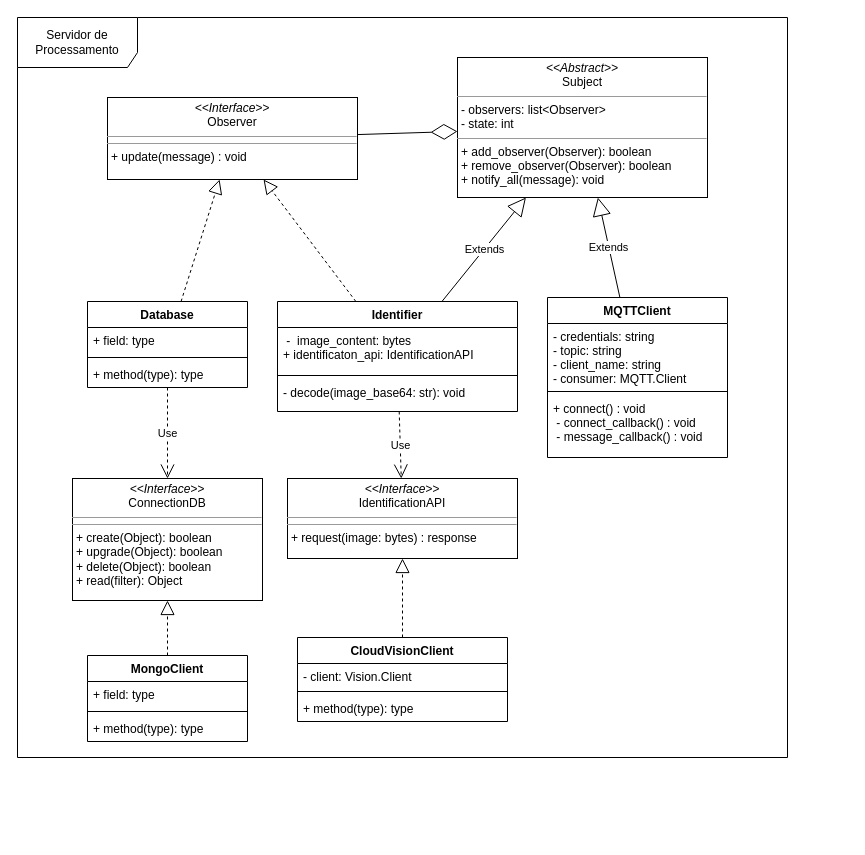
This is schemas/processing-server-class-diagram.drawio from Smart-AniMon/docs, a draw.io file, before an edit. Source tidied: cells renumbered, new cells numbered last; positions are measured from the earlier drawing's top-left corner, leaving out a move shared by most shapes. Both pictures are drawn from the tidied source at 100%, with x=0, y=0 at pixel (17, 17).
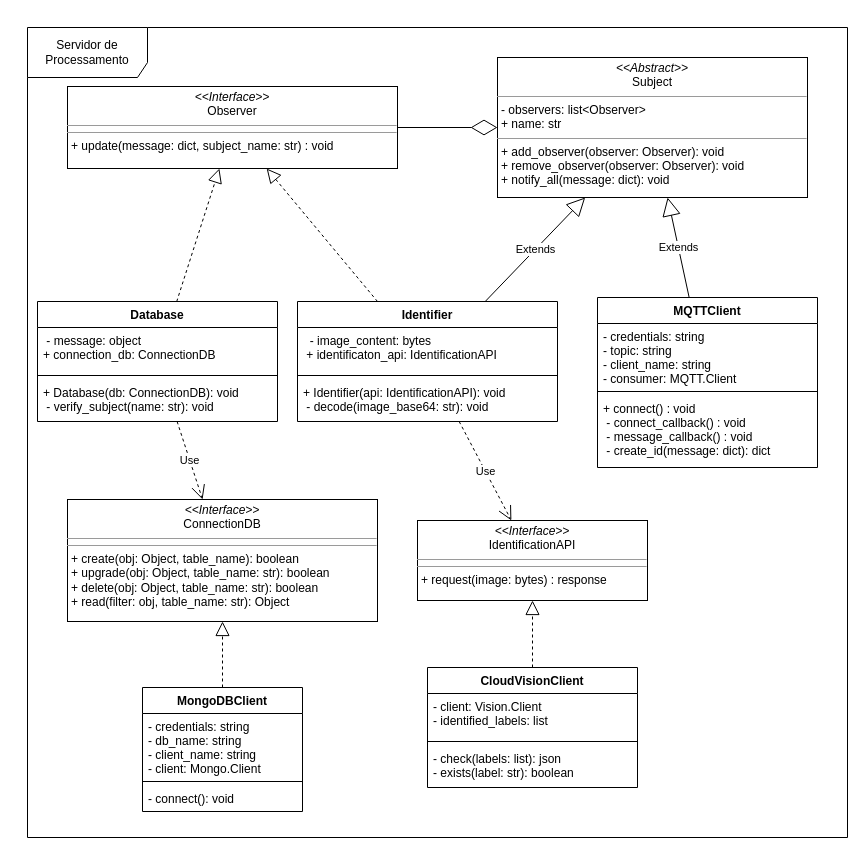
The same diagram, later.

Change to the diagram source:
```diff
@@
     <mxCell id="2" value="Servidor de Processamento" style="shape=umlFrame;whiteSpace=wrap;html=1;width=120;height=50;" parent="1" vertex="1">
-      <mxGeometry width="770" height="740" as="geometry" />
+      <mxGeometry x="10" y="10" width="820" height="810" as="geometry" />
     </mxCell>
     <mxCell id="3" value="MQTTClient" style="swimlane;fontStyle=1;align=center;verticalAlign=top;horizontal=1;startSize=26;" parent="1" vertex="1">
-      <mxGeometry x="530" y="280" width="180" height="160" as="geometry" />
+      <mxGeometry x="580" y="280" width="220" height="170" as="geometry" />
     </mxCell>
     <mxCell id="4" value="- credentials: string&#10;- topic: string&#10;- client_name: string&#10;- consumer: MQTT.Client&#10;&#10;" style="text;strokeColor=none;fillColor=none;align=left;verticalAlign=top;spacingLeft=4;spacingRight=4;overflow=hidden;" parent="3" vertex="1">
-      <mxGeometry y="26" width="180" height="64" as="geometry" />
+      <mxGeometry y="26" width="220" height="64" as="geometry" />
     </mxCell>
     <mxCell id="5" style="line;strokeWidth=1;fillColor=none;align=left;verticalAlign=middle;spacingTop=-1;spacingLeft=3;spacingRight=3;labelPosition=right;" parent="3" vertex="1">
-      <mxGeometry y="90" width="180" height="8" as="geometry" />
+      <mxGeometry y="90" width="220" height="8" as="geometry" />
     </mxCell>
-    <mxCell id="6" value="+ connect() : void&#10; - connect_callback() : void&#10; - message_callback() : void      &#10;" style="text;strokeColor=none;fillColor=none;align=left;verticalAlign=top;spacingLeft=4;spacingRight=4;overflow=hidden;" parent="3" vertex="1">
-      <mxGeometry y="98" width="180" height="62" as="geometry" />
+    <mxCell id="6" value="+ connect() : void&#10; - connect_callback() : void&#10; - message_callback() : void&#10; - create_id(message: dict): dict      &#10;&#10;" style="text;strokeColor=none;fillColor=none;align=left;verticalAlign=top;spacingLeft=4;spacingRight=4;overflow=hidden;" parent="3" vertex="1">
+      <mxGeometry y="98" width="220" height="72" as="geometry" />
     </mxCell>
-    <mxCell id="7" value="&lt;p style=&quot;margin: 0px ; margin-top: 4px ; text-align: center&quot;&gt;&lt;i&gt;&amp;lt;&amp;lt;Abstract&amp;gt;&amp;gt;&lt;/i&gt;&lt;br&gt;Subject&lt;/p&gt;&lt;hr size=&quot;1&quot;&gt;&lt;p style=&quot;margin: 0px ; margin-left: 4px&quot;&gt;- observers: list&amp;lt;Observer&amp;gt;&lt;/p&gt;&lt;p style=&quot;margin: 0px ; margin-left: 4px&quot;&gt;- state: int&lt;br&gt;&lt;/p&gt;&lt;hr size=&quot;1&quot;&gt;&lt;p style=&quot;margin: 0px ; margin-left: 4px&quot;&gt;+ add_observer(Observer): boolean&lt;/p&gt;&lt;p style=&quot;margin: 0px ; margin-left: 4px&quot;&gt;+ remove_observer(Observer): boolean&lt;/p&gt;&lt;p style=&quot;margin: 0px ; margin-left: 4px&quot;&gt;+ notify_all(message): void&lt;br&gt;&lt;/p&gt;" style="verticalAlign=top;align=left;overflow=fill;fontSize=12;fontFamily=Helvetica;html=1;" parent="1" vertex="1">
-      <mxGeometry x="440" y="40" width="250" height="140" as="geometry" />
+    <mxCell id="7" value="&lt;p style=&quot;margin: 0px ; margin-top: 4px ; text-align: center&quot;&gt;&lt;i&gt;&amp;lt;&amp;lt;Abstract&amp;gt;&amp;gt;&lt;/i&gt;&lt;br&gt;Subject&lt;/p&gt;&lt;hr size=&quot;1&quot;&gt;&lt;p style=&quot;margin: 0px ; margin-left: 4px&quot;&gt;- observers: list&amp;lt;Observer&amp;gt;&lt;/p&gt;&lt;p style=&quot;margin: 0px ; margin-left: 4px&quot;&gt;+ name: str&lt;br&gt;&lt;/p&gt;&lt;hr size=&quot;1&quot;&gt;&lt;p style=&quot;margin: 0px ; margin-left: 4px&quot;&gt;+ add_observer(observer: Observer): void&lt;/p&gt;&lt;p style=&quot;margin: 0px ; margin-left: 4px&quot;&gt;+ remove_observer(observer: Observer): void&lt;/p&gt;&lt;p style=&quot;margin: 0px ; margin-left: 4px&quot;&gt;+ notify_all(message: dict): void&lt;br&gt;&lt;/p&gt;" style="verticalAlign=top;align=left;overflow=fill;fontSize=12;fontFamily=Helvetica;html=1;" parent="1" vertex="1">
+      <mxGeometry x="480" y="40" width="310" height="140" as="geometry" />
     </mxCell>
-    <mxCell id="8" value="&lt;p style=&quot;margin: 0px ; margin-top: 4px ; text-align: center&quot;&gt;&lt;i&gt;&amp;lt;&amp;lt;Interface&amp;gt;&amp;gt;&lt;/i&gt;&lt;br&gt;Observer&lt;/p&gt;&lt;hr size=&quot;1&quot;&gt;&lt;hr size=&quot;1&quot;&gt;&lt;p style=&quot;margin: 0px ; margin-left: 4px&quot;&gt;+ update(message) : void&lt;br&gt;&lt;/p&gt;" style="verticalAlign=top;align=left;overflow=fill;fontSize=12;fontFamily=Helvetica;html=1;" parent="1" vertex="1">
-      <mxGeometry x="90" y="80" width="250" height="82" as="geometry" />
+    <mxCell id="8" value="&lt;p style=&quot;margin: 0px ; margin-top: 4px ; text-align: center&quot;&gt;&lt;i&gt;&amp;lt;&amp;lt;Interface&amp;gt;&amp;gt;&lt;/i&gt;&lt;br&gt;Observer&lt;/p&gt;&lt;hr size=&quot;1&quot;&gt;&lt;hr size=&quot;1&quot;&gt;&lt;p style=&quot;margin: 0px ; margin-left: 4px&quot;&gt;+ update(message: dict, subject_name: str) : void&lt;br&gt;&lt;/p&gt;" style="verticalAlign=top;align=left;overflow=fill;fontSize=12;fontFamily=Helvetica;html=1;" parent="1" vertex="1">
+      <mxGeometry x="50" y="69" width="330" height="82" as="geometry" />
     </mxCell>
     <mxCell id="9" value="Identifier" style="swimlane;fontStyle=1;align=center;verticalAlign=top;horizontal=1;startSize=26;" parent="1" vertex="1">
-      <mxGeometry x="260" y="284" width="240" height="110" as="geometry" />
+      <mxGeometry x="280" y="284" width="260" height="120" as="geometry" />
     </mxCell>
-    <mxCell id="10" value=" -  image_content: bytes&#10;+ identificaton_api: IdentificationAPI&#10;" style="text;strokeColor=none;fillColor=none;align=left;verticalAlign=top;spacingLeft=4;spacingRight=4;overflow=hidden;" parent="9" vertex="1">
-      <mxGeometry y="26" width="240" height="44" as="geometry" />
+    <mxCell id="10" value="  - image_content: bytes&#10; + identificaton_api: IdentificationAPI&#10;" style="text;strokeColor=none;fillColor=none;align=left;verticalAlign=top;spacingLeft=4;spacingRight=4;overflow=hidden;" parent="9" vertex="1">
+      <mxGeometry y="26" width="260" height="44" as="geometry" />
     </mxCell>
     <mxCell id="11" style="line;strokeWidth=1;fillColor=none;align=left;verticalAlign=middle;spacingTop=-1;spacingLeft=3;spacingRight=3;labelPosition=right;" parent="9" vertex="1">
-      <mxGeometry y="70" width="240" height="8" as="geometry" />
+      <mxGeometry y="70" width="260" height="8" as="geometry" />
     </mxCell>
-    <mxCell id="12" value="- decode(image_base64: str): void" style="text;strokeColor=none;fillColor=none;align=left;verticalAlign=top;spacingLeft=4;spacingRight=4;overflow=hidden;" parent="9" vertex="1">
-      <mxGeometry y="78" width="240" height="32" as="geometry" />
+    <mxCell id="12" value="+ Identifier(api: IdentificationAPI): void&#10; - decode(image_base64: str): void" style="text;strokeColor=none;fillColor=none;align=left;verticalAlign=top;spacingLeft=4;spacingRight=4;overflow=hidden;" parent="9" vertex="1">
+      <mxGeometry y="78" width="260" height="42" as="geometry" />
     </mxCell>
@@
     <mxCell id="14" value="Database" style="swimlane;fontStyle=1;align=center;verticalAlign=top;horizontal=1;startSize=26;" parent="1" vertex="1">
-      <mxGeometry x="70" y="284" width="160" height="86" as="geometry" />
+      <mxGeometry x="20" y="284" width="240" height="120" as="geometry" />
     </mxCell>
-    <mxCell id="15" value="+ field: type" style="text;strokeColor=none;fillColor=none;align=left;verticalAlign=top;spacingLeft=4;spacingRight=4;overflow=hidden;" parent="14" vertex="1">
-      <mxGeometry y="26" width="160" height="26" as="geometry" />
+    <mxCell id="15" value=" - message: object&#10;+ connection_db: ConnectionDB&#10;" style="text;strokeColor=none;fillColor=none;align=left;verticalAlign=top;spacingLeft=4;spacingRight=4;overflow=hidden;" parent="14" vertex="1">
+      <mxGeometry y="26" width="240" height="44" as="geometry" />
     </mxCell>
     <mxCell id="16" style="line;strokeWidth=1;fillColor=none;align=left;verticalAlign=middle;spacingTop=-1;spacingLeft=3;spacingRight=3;labelPosition=right;" parent="14" vertex="1">
-      <mxGeometry y="52" width="160" height="8" as="geometry" />
+      <mxGeometry y="70" width="240" height="8" as="geometry" />
     </mxCell>
-    <mxCell id="17" value="+ method(type): type" style="text;strokeColor=none;fillColor=none;align=left;verticalAlign=top;spacingLeft=4;spacingRight=4;overflow=hidden;" parent="14" vertex="1">
-      <mxGeometry y="60" width="160" height="26" as="geometry" />
+    <mxCell id="17" value="+ Database(db: ConnectionDB): void&#10; - verify_subject(name: str): void" style="text;strokeColor=none;fillColor=none;align=left;verticalAlign=top;spacingLeft=4;spacingRight=4;overflow=hidden;" parent="14" vertex="1">
+      <mxGeometry y="78" width="240" height="42" as="geometry" />
     </mxCell>
@@
-    <mxCell id="21" value="&lt;p style=&quot;margin: 0px ; margin-top: 4px ; text-align: center&quot;&gt;&lt;i&gt;&amp;lt;&amp;lt;Interface&amp;gt;&amp;gt;&lt;/i&gt;&lt;br&gt;ConnectionDB&lt;/p&gt;&lt;hr size=&quot;1&quot;&gt;&lt;hr size=&quot;1&quot;&gt;&lt;p style=&quot;margin: 0px ; margin-left: 4px&quot;&gt;+ create(Object): boolean&lt;br&gt;+ upgrade(Object): boolean&lt;/p&gt;&lt;p style=&quot;margin: 0px ; margin-left: 4px&quot;&gt;+ delete(Object): boolean&lt;/p&gt;&lt;p style=&quot;margin: 0px ; margin-left: 4px&quot;&gt;+ read(filter): Object &lt;br&gt;&lt;/p&gt;" style="verticalAlign=top;align=left;overflow=fill;fontSize=12;fontFamily=Helvetica;html=1;" parent="1" vertex="1">
-      <mxGeometry x="55" y="461" width="190" height="122" as="geometry" />
+    <mxCell id="21" value="&lt;p style=&quot;margin: 0px ; margin-top: 4px ; text-align: center&quot;&gt;&lt;i&gt;&amp;lt;&amp;lt;Interface&amp;gt;&amp;gt;&lt;/i&gt;&lt;br&gt;ConnectionDB&lt;/p&gt;&lt;hr size=&quot;1&quot;&gt;&lt;hr size=&quot;1&quot;&gt;&lt;p style=&quot;margin: 0px ; margin-left: 4px&quot;&gt;+ create(obj: Object, table_name): boolean&lt;br&gt;+ upgrade(obj: Object, table_name: str): boolean&lt;/p&gt;&lt;p style=&quot;margin: 0px ; margin-left: 4px&quot;&gt;+ delete(obj: Object, table_name: str): boolean&lt;/p&gt;&lt;p style=&quot;margin: 0px ; margin-left: 4px&quot;&gt;+ read(filter: obj, table_name: str): Object &lt;br&gt;&lt;/p&gt;" style="verticalAlign=top;align=left;overflow=fill;fontSize=12;fontFamily=Helvetica;html=1;" parent="1" vertex="1">
+      <mxGeometry x="50" y="482" width="310" height="122" as="geometry" />
     </mxCell>
-    <mxCell id="22" value="MongoClient" style="swimlane;fontStyle=1;align=center;verticalAlign=top;horizontal=1;startSize=26;" parent="1" vertex="1">
-      <mxGeometry x="70" y="638" width="160" height="86" as="geometry" />
+    <mxCell id="22" value="MongoDBClient" style="swimlane;fontStyle=1;align=center;verticalAlign=top;horizontal=1;startSize=26;" parent="1" vertex="1">
+      <mxGeometry x="125" y="670" width="160" height="124" as="geometry" />
     </mxCell>
-    <mxCell id="23" value="+ field: type" style="text;strokeColor=none;fillColor=none;align=left;verticalAlign=top;spacingLeft=4;spacingRight=4;overflow=hidden;" parent="22" vertex="1">
-      <mxGeometry y="26" width="160" height="26" as="geometry" />
+    <mxCell id="23" value=" - credentials: string&#10;- db_name: string&#10;- client_name: string&#10;- client: Mongo.Client" style="text;strokeColor=none;fillColor=none;align=left;verticalAlign=top;spacingLeft=4;spacingRight=4;overflow=hidden;" parent="22" vertex="1">
+      <mxGeometry y="26" width="160" height="64" as="geometry" />
     </mxCell>
     <mxCell id="24" style="line;strokeWidth=1;fillColor=none;align=left;verticalAlign=middle;spacingTop=-1;spacingLeft=3;spacingRight=3;labelPosition=right;" parent="22" vertex="1">
-      <mxGeometry y="52" width="160" height="8" as="geometry" />
+      <mxGeometry y="90" width="160" height="8" as="geometry" />
     </mxCell>
-    <mxCell id="25" value="+ method(type): type" style="text;strokeColor=none;fillColor=none;align=left;verticalAlign=top;spacingLeft=4;spacingRight=4;overflow=hidden;" parent="22" vertex="1">
-      <mxGeometry y="60" width="160" height="26" as="geometry" />
+    <mxCell id="25" value="- connect(): void" style="text;strokeColor=none;fillColor=none;align=left;verticalAlign=top;spacingLeft=4;spacingRight=4;overflow=hidden;" parent="22" vertex="1">
+      <mxGeometry y="98" width="160" height="26" as="geometry" />
     </mxCell>
     <mxCell id="26" value="CloudVisionClient" style="swimlane;fontStyle=1;align=center;verticalAlign=top;horizontal=1;startSize=26;" parent="1" vertex="1">
-      <mxGeometry x="280" y="620" width="210" height="84" as="geometry" />
+      <mxGeometry x="410" y="650" width="210" height="120" as="geometry" />
     </mxCell>
-    <mxCell id="27" value="- client: Vision.Client&#10;" style="text;strokeColor=none;fillColor=none;align=left;verticalAlign=top;spacingLeft=4;spacingRight=4;overflow=hidden;" parent="26" vertex="1">
-      <mxGeometry y="26" width="210" height="24" as="geometry" />
+    <mxCell id="27" value="- client: Vision.Client&#10;- identified_labels: list&#10;&#10;" style="text;strokeColor=none;fillColor=none;align=left;verticalAlign=top;spacingLeft=4;spacingRight=4;overflow=hidden;" parent="26" vertex="1">
+      <mxGeometry y="26" width="210" height="44" as="geometry" />
     </mxCell>
     <mxCell id="28" style="line;strokeWidth=1;fillColor=none;align=left;verticalAlign=middle;spacingTop=-1;spacingLeft=3;spacingRight=3;labelPosition=right;" parent="26" vertex="1">
-      <mxGeometry y="50" width="210" height="8" as="geometry" />
+      <mxGeometry y="70" width="210" height="8" as="geometry" />
     </mxCell>
-    <mxCell id="29" value="+ method(type): type" style="text;strokeColor=none;fillColor=none;align=left;verticalAlign=top;spacingLeft=4;spacingRight=4;overflow=hidden;" parent="26" vertex="1">
-      <mxGeometry y="58" width="210" height="26" as="geometry" />
+    <mxCell id="29" value="- check(labels: list): json&#10;- exists(label: str): boolean&#10; " style="text;strokeColor=none;fillColor=none;align=left;verticalAlign=top;spacingLeft=4;spacingRight=4;overflow=hidden;" parent="26" vertex="1">
+      <mxGeometry y="78" width="210" height="42" as="geometry" />
     </mxCell>
@@
     <mxCell id="32" value="&lt;p style=&quot;margin: 0px ; margin-top: 4px ; text-align: center&quot;&gt;&lt;i&gt;&amp;lt;&amp;lt;Interface&amp;gt;&amp;gt;&lt;/i&gt;&lt;br&gt;IdentificationAPI&lt;/p&gt;&lt;hr size=&quot;1&quot;&gt;&lt;hr size=&quot;1&quot;&gt;&lt;p style=&quot;margin: 0px ; margin-left: 4px&quot;&gt;+ request(image: bytes) : response&lt;/p&gt;" style="verticalAlign=top;align=left;overflow=fill;fontSize=12;fontFamily=Helvetica;html=1;" parent="1" vertex="1">
-      <mxGeometry x="270" y="461" width="230" height="80" as="geometry" />
+      <mxGeometry x="400" y="503" width="230" height="80" as="geometry" />
     </mxCell>
```
